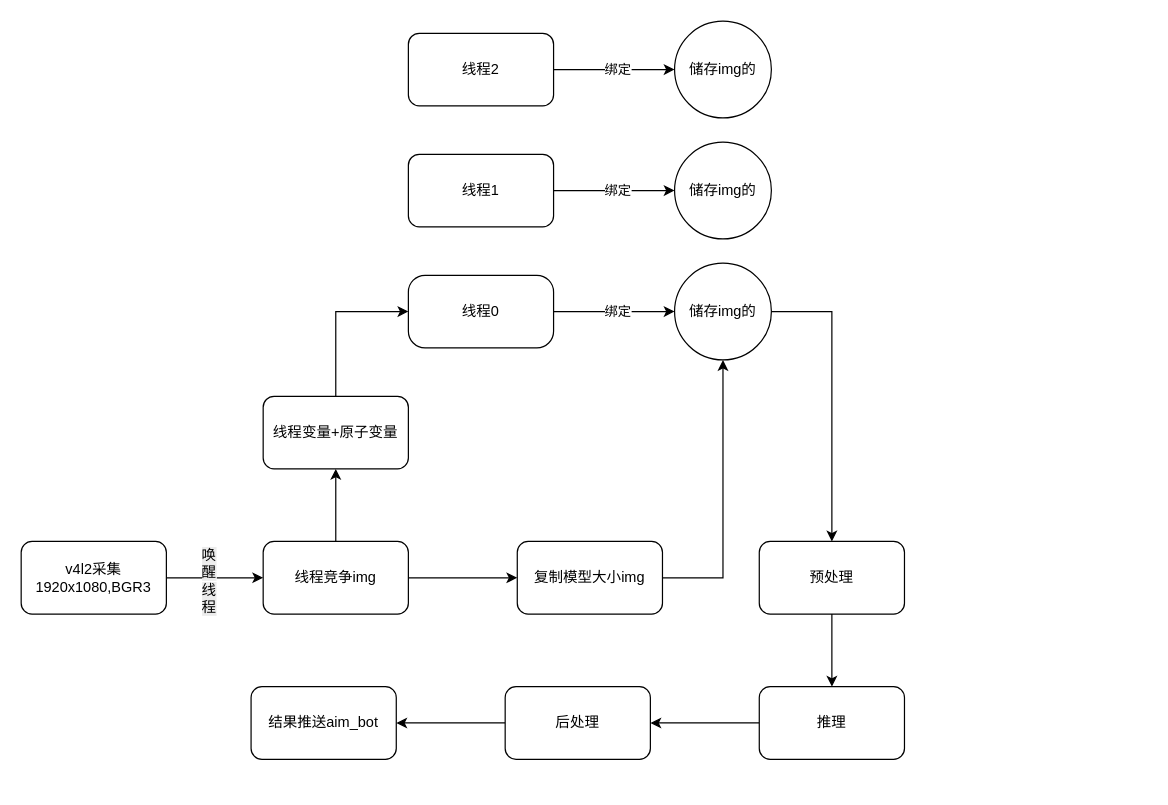
Before: rk_yolo.drawio in 10fantastic/zhoujm, a draw.io diagram. Source tidied: cells renumbered, new cells numbered last; positions are measured from the earlier drawing's top-left corner, leaving out a move shared by most shapes. Both pictures are drawn from the tidied source at 121%, with x=0, y=0 at pixel (21, 21).
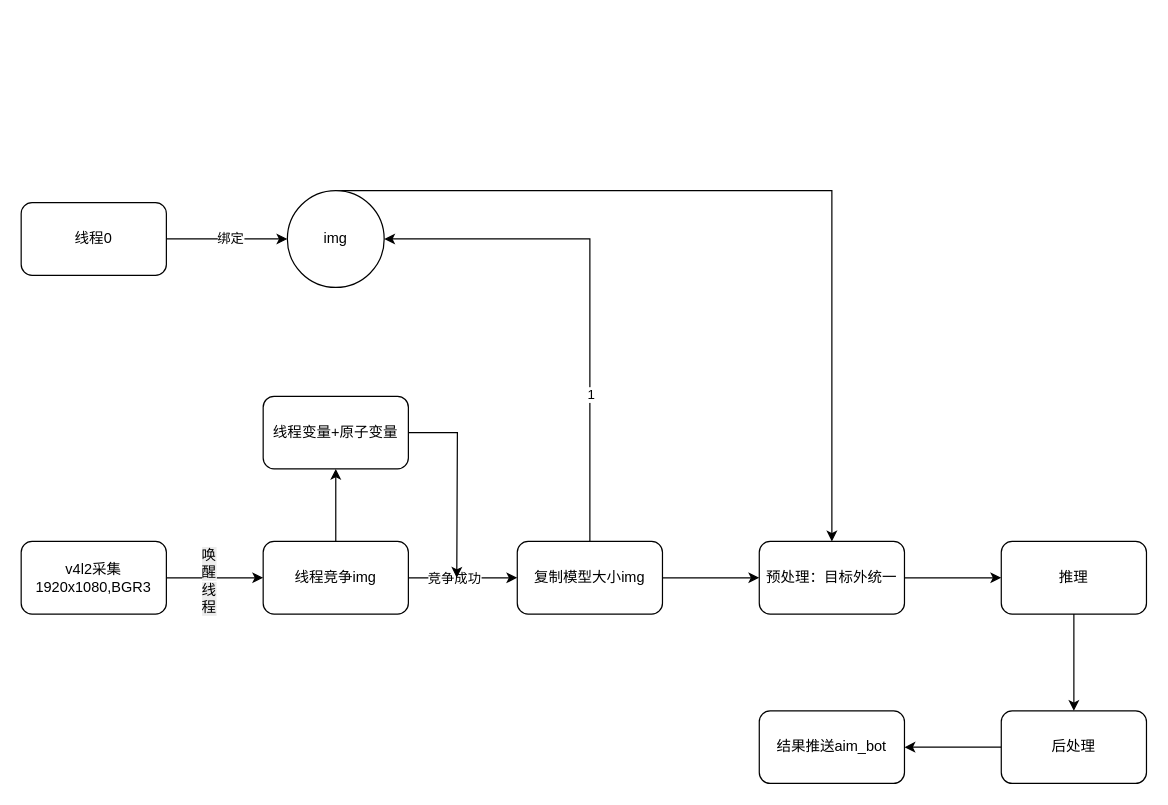
After the change.

Unchanged cells that the change refers to:
```xml
<mxCell id="7" value="线程竞争img" style="rounded=1;whiteSpace=wrap;html=1;" parent="1" vertex="1">
  <mxGeometry x="200" y="430" width="120" height="60" as="geometry" />
</mxCell>
<mxCell id="14" value="复制模型大小img" style="rounded=1;whiteSpace=wrap;html=1;" parent="1" vertex="1">
  <mxGeometry x="410" y="430" width="120" height="60" as="geometry" />
</mxCell>
<mxCell id="16" value="线程变量+原子变量" style="rounded=1;whiteSpace=wrap;html=1;" parent="1" vertex="1">
  <mxGeometry x="200" y="310" width="120" height="60" as="geometry" />
</mxCell>
```

Change to the diagram source:
```diff
@@
+    <mxCell id="6" style="edgeStyle=orthogonalEdgeStyle;rounded=0;jettySize=auto;html=1;" parent="1" edge="1" source="7" target="14">
+      <mxGeometry relative="1" as="geometry" />
+    </mxCell>
+    <mxCell id="32" value="竞争成功" style="edgeLabel;html=1;align=center;verticalAlign=middle;" parent="6" vertex="1">
+      <mxGeometry x="-0.17" relative="1" as="geometry" />
+    </mxCell>
@@
-    <mxCell id="6" style="edgeStyle=orthogonalEdgeStyle;rounded=0;jettySize=auto;html=1;entryX=0;entryY=0.5;entryDx=0;entryDy=0;" parent="1" edge="1" source="7" target="14">
-      <mxGeometry relative="1" as="geometry" />
-    </mxCell>
@@
-    <mxCell id="10" value="线程0" style="rounded=1;whiteSpace=wrap;html=1;arcSize=23;" parent="1" vertex="1">
-      <mxGeometry x="320" y="210" width="120" height="60" as="geometry" />
+    <mxCell id="10" value="线程0" style="rounded=1;whiteSpace=wrap;html=1;" parent="1" vertex="1">
+      <mxGeometry y="150" width="120" height="60" as="geometry" />
     </mxCell>
     <mxCell id="11" style="edgeStyle=orthogonalEdgeStyle;rounded=0;jettySize=auto;html=1;" parent="1" edge="1" source="12" target="18">
       <mxGeometry relative="1" as="geometry">
         <Array as="points">
-          <mxPoint x="670" y="240" />
+          <mxPoint x="670" y="140" />
         </Array>
       </mxGeometry>
     </mxCell>
-    <mxCell id="12" value="储存img的" style="ellipse;whiteSpace=wrap;html=1;rounded=1;" parent="1" vertex="1">
-      <mxGeometry x="540" y="200" width="80" height="80" as="geometry" />
+    <mxCell id="12" value="img" style="ellipse;whiteSpace=wrap;html=1;rounded=1;" parent="1" vertex="1">
+      <mxGeometry x="220" y="140" width="80" height="80" as="geometry" />
     </mxCell>
-    <mxCell id="13" style="edgeStyle=orthogonalEdgeStyle;rounded=0;jettySize=auto;html=1;entryX=0.5;entryY=1;entryDx=0;entryDy=0;" parent="1" edge="1" source="14" target="12">
-      <mxGeometry relative="1" as="geometry" />
+    <mxCell id="13" style="edgeStyle=orthogonalEdgeStyle;rounded=0;jettySize=auto;html=1;entryX=1;entryY=0.5;entryDx=0;entryDy=0;" parent="1" edge="1" source="14" target="12">
+      <mxGeometry relative="1" as="geometry">
+        <Array as="points">
+          <mxPoint x="470" y="180" />
+        </Array>
+      </mxGeometry>
     </mxCell>
+    <mxCell id="33" value="1" style="edgeLabel;html=1;align=center;verticalAlign=middle;" parent="13" vertex="1">
+      <mxGeometry x="-0.42" relative="1" as="geometry" />
+    </mxCell>
+    <mxCell id="34" style="edgeStyle=orthogonalEdgeStyle;rounded=0;jettySize=auto;html=1;" parent="1" edge="1" source="14" target="18">
+      <mxGeometry relative="1" as="geometry" />
+    </mxCell>
@@
-    <mxCell id="15" style="edgeStyle=orthogonalEdgeStyle;rounded=0;jettySize=auto;html=1;entryX=0;entryY=0.5;entryDx=0;entryDy=0;" parent="1" edge="1" source="16" target="10">
-      <mxGeometry relative="1" as="geometry" />
-    </mxCell>
+    <mxCell id="35" style="edgeStyle=orthogonalEdgeStyle;rounded=0;jettySize=auto;html=1;" parent="1" edge="1" source="16">
+      <mxGeometry relative="1" as="geometry">
+        <mxPoint x="360" y="460" as="targetPoint" />
+      </mxGeometry>
+    </mxCell>
@@
-    <mxCell id="18" value="预处理" style="whiteSpace=wrap;html=1;rounded=1;" parent="1" vertex="1">
+    <mxCell id="18" value="预处理：目标外统一" style="whiteSpace=wrap;html=1;rounded=1;" parent="1" vertex="1">
       <mxGeometry x="610" y="430" width="120" height="60" as="geometry" />
     </mxCell>
@@
     <mxCell id="20" value="推理" style="whiteSpace=wrap;html=1;rounded=1;" parent="1" vertex="1">
-      <mxGeometry x="610" y="550" width="120" height="60" as="geometry" />
+      <mxGeometry x="810" y="430" width="120" height="60" as="geometry" />
     </mxCell>
@@
     <mxCell id="22" value="后处理" style="whiteSpace=wrap;html=1;rounded=1;" parent="1" vertex="1">
-      <mxGeometry x="400" y="550" width="120" height="60" as="geometry" />
+      <mxGeometry x="810" y="570" width="120" height="60" as="geometry" />
     </mxCell>
     <mxCell id="23" value="结果推送aim_bot" style="whiteSpace=wrap;html=1;rounded=1;" parent="1" vertex="1">
-      <mxGeometry x="190" y="550" width="120" height="60" as="geometry" />
+      <mxGeometry x="610" y="570" width="120" height="60" as="geometry" />
     </mxCell>
-    <mxCell id="24" style="edgeStyle=orthogonalEdgeStyle;rounded=0;jettySize=auto;html=1;" parent="1" edge="1" source="26" target="27">
-      <mxGeometry relative="1" as="geometry" />
-    </mxCell>
-    <mxCell id="25" value="绑定" style="edgeLabel;html=1;align=center;verticalAlign=middle;" parent="24" vertex="1">
-      <mxGeometry x="0.04" y="1" relative="1" as="geometry" />
-    </mxCell>
-    <mxCell id="26" value="线程1" style="rounded=1;whiteSpace=wrap;html=1;" parent="1" vertex="1">
-      <mxGeometry x="320" y="110" width="120" height="60" as="geometry" />
-    </mxCell>
-    <mxCell id="27" value="储存img的" style="ellipse;whiteSpace=wrap;html=1;rounded=1;" parent="1" vertex="1">
-      <mxGeometry x="540" y="100" width="80" height="80" as="geometry" />
-    </mxCell>
-    <mxCell id="28" style="edgeStyle=orthogonalEdgeStyle;rounded=0;jettySize=auto;html=1;" parent="1" edge="1" source="30" target="31">
-      <mxGeometry relative="1" as="geometry" />
-    </mxCell>
-    <mxCell id="29" value="绑定" style="edgeLabel;html=1;align=center;verticalAlign=middle;" parent="28" vertex="1">
-      <mxGeometry x="0.04" y="1" relative="1" as="geometry" />
-    </mxCell>
-    <mxCell id="30" value="线程2" style="rounded=1;whiteSpace=wrap;html=1;" parent="1" vertex="1">
-      <mxGeometry x="320" y="10" width="120" height="60" as="geometry" />
-    </mxCell>
-    <mxCell id="31" value="储存img的" style="ellipse;whiteSpace=wrap;html=1;rounded=1;" parent="1" vertex="1">
-      <mxGeometry x="540" width="80" height="80" as="geometry" />
-    </mxCell>
```
